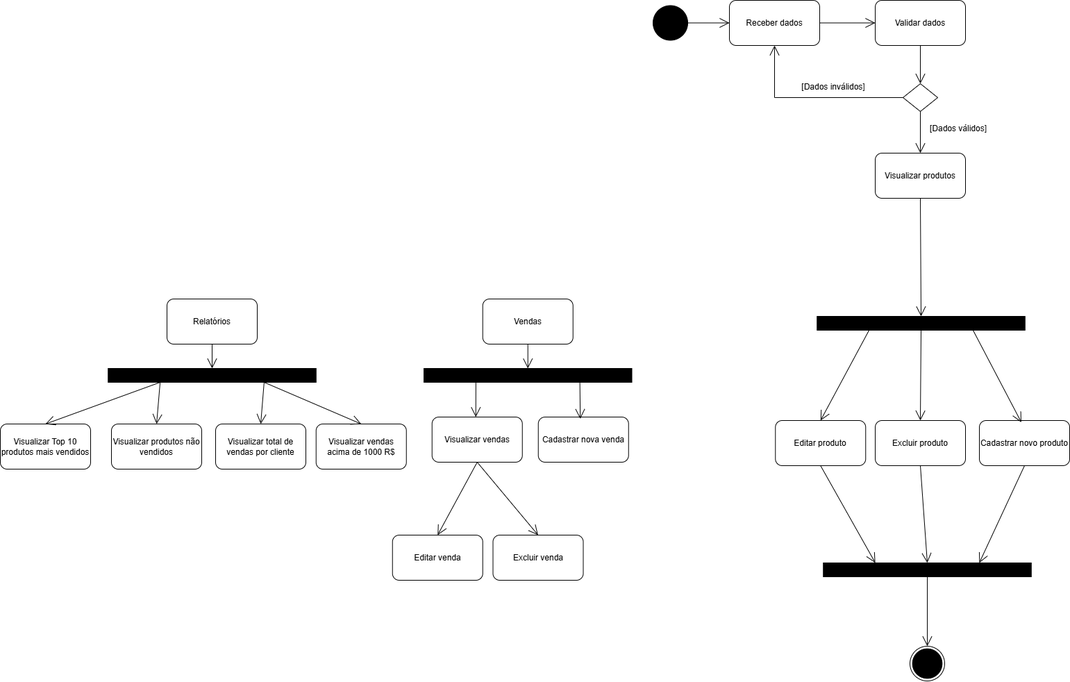
Above: APOO/diagrama_atividade/Diagrama_atividade_click_compre.drawio.png in joao-marcos-azvd/Estudos-de-programacao (draw.io), before the change. Source tidied: cells renumbered, new cells last; positions are measured from the earlier drawing's top-left corner, leaving out a move shared by most shapes.
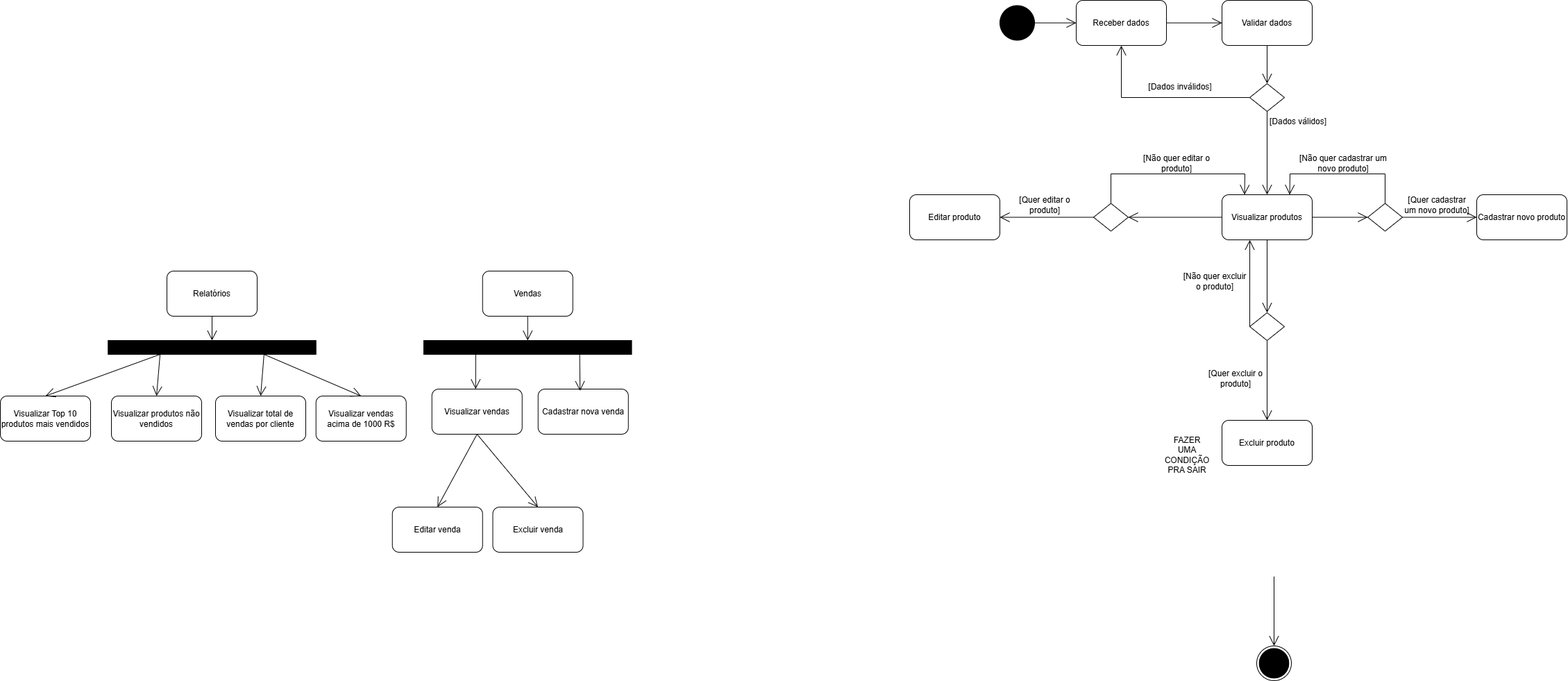
Later version of the same file.

What changed in the source:
```diff
@@ -43,28 +43,28 @@
       <mxGeometry relative="1" as="geometry" />
     </mxCell>
     <mxCell id="14" value="[Dados válidos]" style="text;strokeColor=none;align=center;fillColor=none;html=1;verticalAlign=middle;whiteSpace=wrap;rounded=0;" parent="1" vertex="1">
-      <mxGeometry x="1320" y="170" width="120" height="30" as="geometry" />
+      <mxGeometry x="1310" y="160" width="120" height="30" as="geometry" />
     </mxCell>
     <mxCell id="15" value="Object" style="html=1;whiteSpace=wrap;fillColor=#000000;" parent="1" vertex="1">
-      <mxGeometry x="155.2" y="530" width="299.5" height="20" as="geometry" />
+      <mxGeometry x="-344.8" y="490" width="299.5" height="20" as="geometry" />
     </mxCell>
     <mxCell id="16" style="endArrow=open;endFill=1;endSize=12;html=1;rounded=0;exitX=0.5;exitY=1;exitDx=0;exitDy=0;entryX=0.5;entryY=0;entryDx=0;entryDy=0;" parent="1" edge="1" source="18" target="15">
       <mxGeometry relative="1" as="geometry" />
     </mxCell>
     <mxCell id="17" value="Visualizar Top 10 produtos mais vendidos" style="rounded=1;whiteSpace=wrap;html=1;" parent="1" vertex="1">
-      <mxGeometry y="610" width="130" height="65" as="geometry" />
+      <mxGeometry x="-500" y="570" width="130" height="65" as="geometry" />
     </mxCell>
     <mxCell id="18" value="Relatórios" style="rounded=1;whiteSpace=wrap;html=1;" parent="1" vertex="1">
-      <mxGeometry x="240" y="430" width="130" height="65" as="geometry" />
+      <mxGeometry x="-260" y="390" width="130" height="65" as="geometry" />
     </mxCell>
     <mxCell id="19" value="Visualizar produtos não vendidos" style="rounded=1;whiteSpace=wrap;html=1;" parent="1" vertex="1">
-      <mxGeometry x="160" y="610" width="130" height="65" as="geometry" />
+      <mxGeometry x="-340" y="570" width="130" height="65" as="geometry" />
     </mxCell>
     <mxCell id="20" value="Visualizar vendas acima de 1000 R$" style="rounded=1;whiteSpace=wrap;html=1;" parent="1" vertex="1">
-      <mxGeometry x="454.8" y="610" width="130" height="65" as="geometry" />
+      <mxGeometry x="-45.2" y="570" width="130" height="65" as="geometry" />
     </mxCell>
     <mxCell id="21" value="Visualizar total de vendas por cliente" style="rounded=1;whiteSpace=wrap;html=1;" parent="1" vertex="1">
-      <mxGeometry x="310" y="610" width="130" height="65" as="geometry" />
+      <mxGeometry x="-190" y="570" width="130" height="65" as="geometry" />
     </mxCell>
     <mxCell id="22" style="endArrow=open;endFill=1;endSize=12;html=1;rounded=0;exitX=0.25;exitY=1;exitDx=0;exitDy=0;entryX=0.5;entryY=0;entryDx=0;entryDy=0;" parent="1" edge="1" source="15" target="17">
       <mxGeometry relative="1" as="geometry" />
@@ -79,26 +79,26 @@
       <mxGeometry relative="1" as="geometry" />
     </mxCell>
     <mxCell id="26" value="Visualizar produtos" style="rounded=1;whiteSpace=wrap;html=1;" parent="1" vertex="1">
-      <mxGeometry x="1260" y="220" width="130" height="65" as="geometry" />
+      <mxGeometry x="1260" y="280" width="130" height="65" as="geometry" />
     </mxCell>
     <mxCell id="27" value="Object" style="html=1;whiteSpace=wrap;fillColor=#000000;" parent="1" vertex="1">
-      <mxGeometry x="610" y="530" width="299.5" height="20" as="geometry" />
+      <mxGeometry x="110" y="490" width="299.5" height="20" as="geometry" />
     </mxCell>
     <mxCell id="28" style="endArrow=open;endFill=1;endSize=12;html=1;rounded=0;exitX=0.5;exitY=1;exitDx=0;exitDy=0;entryX=0.5;entryY=0;entryDx=0;entryDy=0;" parent="1" edge="1" source="29" target="27">
       <mxGeometry relative="1" as="geometry" />
     </mxCell>
     <mxCell id="29" value="Vendas" style="rounded=1;whiteSpace=wrap;html=1;" parent="1" vertex="1">
-      <mxGeometry x="694.8" y="430" width="130" height="65" as="geometry" />
+      <mxGeometry x="194.8" y="390" width="130" height="65" as="geometry" />
     </mxCell>
     <mxCell id="30" value="Visualizar vendas" style="rounded=1;whiteSpace=wrap;html=1;" parent="1" vertex="1">
-      <mxGeometry x="621.8" y="600" width="130" height="65" as="geometry" />
+      <mxGeometry x="121.8" y="560" width="130" height="65" as="geometry" />
     </mxCell>
     <mxCell id="31" value="Cadastrar nova venda" style="rounded=1;whiteSpace=wrap;html=1;" parent="1" vertex="1">
-      <mxGeometry x="774.8" y="600" width="130" height="65" as="geometry" />
+      <mxGeometry x="274.8" y="560" width="130" height="65" as="geometry" />
     </mxCell>
     <mxCell id="32" style="endArrow=open;endFill=1;endSize=12;html=1;rounded=0;exitX=0.25;exitY=1;exitDx=0;exitDy=0;" parent="1" edge="1" source="27">
       <mxGeometry relative="1" as="geometry">
-        <mxPoint x="684.8" y="600" as="targetPoint" />
+        <mxPoint x="184.8" y="560" as="targetPoint" />
       </mxGeometry>
     </mxCell>
     <mxCell id="33" style="endArrow=open;endFill=1;endSize=12;html=1;rounded=0;exitX=0.75;exitY=1;exitDx=0;exitDy=0;entryX=0.465;entryY=0.041;entryDx=0;entryDy=0;entryPerimeter=0;" parent="1" edge="1" source="27" target="31">
@@ -108,22 +108,19 @@
       <mxGeometry relative="1" as="geometry" />
     </mxCell>
     <mxCell id="35" value="Editar venda" style="rounded=1;whiteSpace=wrap;html=1;" parent="1" vertex="1">
-      <mxGeometry x="564.8" y="770" width="130" height="65" as="geometry" />
+      <mxGeometry x="64.8" y="730" width="130" height="65" as="geometry" />
     </mxCell>
     <mxCell id="36" value="Cadastrar novo produto" style="rounded=1;whiteSpace=wrap;html=1;" parent="1" vertex="1">
-      <mxGeometry x="1410" y="605" width="130" height="65" as="geometry" />
+      <mxGeometry x="1627" y="280" width="130" height="65" as="geometry" />
     </mxCell>
-    <mxCell id="37" style="endArrow=open;endFill=1;endSize=12;html=1;rounded=0;exitX=0.75;exitY=1;exitDx=0;exitDy=0;entryX=0.465;entryY=0.041;entryDx=0;entryDy=0;entryPerimeter=0;" parent="1" edge="1" source="44" target="36">
-      <mxGeometry relative="1" as="geometry" />
-    </mxCell>
-    <mxCell id="38" style="endArrow=open;endFill=1;endSize=12;html=1;rounded=0;entryX=0.5;entryY=0;entryDx=0;entryDy=0;exitX=0.25;exitY=1;exitDx=0;exitDy=0;" parent="1" edge="1" source="44" target="39">
+    <mxCell id="38" style="endArrow=open;endFill=1;endSize=12;html=1;rounded=0;entryX=1;entryY=0.5;entryDx=0;entryDy=0;exitX=0;exitY=0.5;exitDx=0;exitDy=0;" parent="1" edge="1" source="51" target="39">
       <mxGeometry relative="1" as="geometry" />
     </mxCell>
     <mxCell id="39" value="Editar produto" style="rounded=1;whiteSpace=wrap;html=1;" parent="1" vertex="1">
-      <mxGeometry x="1116.2" y="605" width="130" height="65" as="geometry" />
+      <mxGeometry x="810" y="280" width="130" height="65" as="geometry" />
     </mxCell>
     <mxCell id="40" value="Excluir venda" style="rounded=1;whiteSpace=wrap;html=1;" parent="1" vertex="1">
-      <mxGeometry x="709.5" y="770" width="130" height="65" as="geometry" />
+      <mxGeometry x="209.5" y="730" width="130" height="65" as="geometry" />
     </mxCell>
     <mxCell id="41" style="endArrow=open;endFill=1;endSize=12;html=1;rounded=0;exitX=0.5;exitY=1;exitDx=0;exitDy=0;entryX=0.5;entryY=0;entryDx=0;entryDy=0;" parent="1" edge="1" source="30" target="40">
       <mxGeometry relative="1" as="geometry" />
@@ -131,29 +128,74 @@
     <mxCell id="42" value="Excluir produto" style="rounded=1;whiteSpace=wrap;html=1;" parent="1" vertex="1">
       <mxGeometry x="1260" y="605" width="130" height="65" as="geometry" />
     </mxCell>
-    <mxCell id="43" style="endArrow=open;endFill=1;endSize=12;html=1;rounded=0;exitX=0.5;exitY=1;exitDx=0;exitDy=0;entryX=0.5;entryY=0;entryDx=0;entryDy=0;" parent="1" edge="1" source="44" target="42">
+    <mxCell id="43" style="endArrow=open;endFill=1;endSize=12;html=1;rounded=0;exitX=0.5;exitY=1;exitDx=0;exitDy=0;entryX=0.5;entryY=0;entryDx=0;entryDy=0;" parent="1" edge="1" source="52" target="42">
       <mxGeometry relative="1" as="geometry" />
     </mxCell>
-    <mxCell id="44" value="Object" style="html=1;whiteSpace=wrap;fillColor=#000000;" parent="1" vertex="1">
-      <mxGeometry x="1176.2" y="455" width="299.5" height="20" as="geometry" />
-    </mxCell>
-    <mxCell id="45" style="endArrow=open;endFill=1;endSize=12;html=1;rounded=0;exitX=0.5;exitY=1;exitDx=0;exitDy=0;entryX=0.5;entryY=0;entryDx=0;entryDy=0;" parent="1" edge="1" source="26" target="44">
-      <mxGeometry relative="1" as="geometry" />
-    </mxCell>
-    <mxCell id="46" value="Object" style="html=1;whiteSpace=wrap;fillColor=#000000;" parent="1" vertex="1">
-      <mxGeometry x="1185.2" y="810" width="299.5" height="20" as="geometry" />
-    </mxCell>
-    <mxCell id="47" style="endArrow=open;endFill=1;endSize=12;html=1;rounded=0;entryX=0.25;entryY=0;entryDx=0;entryDy=0;exitX=0.5;exitY=1;exitDx=0;exitDy=0;" parent="1" edge="1" source="39" target="46">
-      <mxGeometry relative="1" as="geometry" />
-    </mxCell>
-    <mxCell id="48" style="endArrow=open;endFill=1;endSize=12;html=1;rounded=0;exitX=0.5;exitY=1;exitDx=0;exitDy=0;entryX=0.5;entryY=0;entryDx=0;entryDy=0;" parent="1" edge="1" source="42" target="46">
-      <mxGeometry relative="1" as="geometry" />
-    </mxCell>
-    <mxCell id="49" style="endArrow=open;endFill=1;endSize=12;html=1;rounded=0;entryX=0.75;entryY=0;entryDx=0;entryDy=0;exitX=0.5;exitY=1;exitDx=0;exitDy=0;" parent="1" edge="1" source="36" target="46">
-      <mxGeometry relative="1" as="geometry" />
-    </mxCell>
-    <mxCell id="50" style="endArrow=open;endFill=1;endSize=12;html=1;rounded=0;entryX=0.5;entryY=0;entryDx=0;entryDy=0;exitX=0.5;exitY=1;exitDx=0;exitDy=0;" parent="1" edge="1" source="46" target="2">
-      <mxGeometry relative="1" as="geometry" />
+    <mxCell id="50" style="endArrow=open;endFill=1;endSize=12;html=1;rounded=0;entryX=0.5;entryY=0;entryDx=0;entryDy=0;exitX=0.5;exitY=1;exitDx=0;exitDy=0;" parent="1" edge="1" target="2">
+      <mxGeometry relative="1" as="geometry">
+        <mxPoint x="1335" y="830" as="sourcePoint" />
+      </mxGeometry>
     </mxCell>
+    <mxCell id="51" style="rhombus;whiteSpace=wrap;html=1;" parent="1" vertex="1">
+      <mxGeometry x="1075" y="292.5" width="50" height="40" as="geometry" />
+    </mxCell>
+    <mxCell id="52" style="rhombus;whiteSpace=wrap;html=1;" parent="1" vertex="1">
+      <mxGeometry x="1300" y="450" width="50" height="40" as="geometry" />
+    </mxCell>
+    <mxCell id="53" style="rhombus;whiteSpace=wrap;html=1;" parent="1" vertex="1">
+      <mxGeometry x="1470" y="292.5" width="50" height="40" as="geometry" />
+    </mxCell>
+    <mxCell id="54" style="endArrow=open;endFill=1;endSize=12;html=1;rounded=0;exitX=0;exitY=0.5;exitDx=0;exitDy=0;entryX=1;entryY=0.5;entryDx=0;entryDy=0;" parent="1" edge="1" source="26" target="51">
+      <mxGeometry relative="1" as="geometry" />
+    </mxCell>
+    <mxCell id="55" value="[Quer editar o produto]" style="text;strokeColor=none;align=center;fillColor=none;html=1;verticalAlign=middle;whiteSpace=wrap;rounded=0;" parent="1" vertex="1">
+      <mxGeometry x="955" y="280" width="100" height="30" as="geometry" />
+    </mxCell>
+    <mxCell id="56" style="endArrow=open;endFill=1;endSize=12;html=1;rounded=0;exitX=0.5;exitY=0;exitDx=0;exitDy=0;entryX=0.25;entryY=0;entryDx=0;entryDy=0;" parent="1" edge="1" source="51" target="26">
+      <mxGeometry relative="1" as="geometry">
+        <Array as="points">
+          <mxPoint x="1100" y="250" />
+          <mxPoint x="1293" y="250" />
+        </Array>
+      </mxGeometry>
+    </mxCell>
+    <mxCell id="57" value="[Não quer editar o produto]" style="text;strokeColor=none;align=center;fillColor=none;html=1;verticalAlign=middle;whiteSpace=wrap;rounded=0;" parent="1" vertex="1">
+      <mxGeometry x="1145" y="220" width="100" height="30" as="geometry" />
+    </mxCell>
+    <mxCell id="58" style="endArrow=open;endFill=1;endSize=12;html=1;rounded=0;exitX=0.5;exitY=1;exitDx=0;exitDy=0;entryX=0.5;entryY=0;entryDx=0;entryDy=0;" parent="1" edge="1" source="26" target="52">
+      <mxGeometry relative="1" as="geometry" />
+    </mxCell>
+    <mxCell id="59" style="endArrow=open;endFill=1;endSize=12;html=1;rounded=0;exitX=0;exitY=0.5;exitDx=0;exitDy=0;entryX=0.308;entryY=1.002;entryDx=0;entryDy=0;entryPerimeter=0;" parent="1" edge="1" source="52" target="26">
+      <mxGeometry relative="1" as="geometry" />
+    </mxCell>
+    <mxCell id="60" value="[Quer excluir o produto]" style="text;strokeColor=none;align=center;fillColor=none;html=1;verticalAlign=middle;whiteSpace=wrap;rounded=0;" parent="1" vertex="1">
+      <mxGeometry x="1230" y="530" width="100" height="30" as="geometry" />
+    </mxCell>
+    <mxCell id="61" value="[Não quer excluir o produto]" style="text;strokeColor=none;align=center;fillColor=none;html=1;verticalAlign=middle;whiteSpace=wrap;rounded=0;" parent="1" vertex="1">
+      <mxGeometry x="1200" y="390" width="100" height="30" as="geometry" />
+    </mxCell>
+    <mxCell id="62" style="endArrow=open;endFill=1;endSize=12;html=1;rounded=0;exitX=1;exitY=0.5;exitDx=0;exitDy=0;entryX=0;entryY=0.5;entryDx=0;entryDy=0;" parent="1" edge="1" source="26" target="53">
+      <mxGeometry relative="1" as="geometry" />
+    </mxCell>
+    <mxCell id="63" style="endArrow=open;endFill=1;endSize=12;html=1;rounded=0;exitX=1;exitY=0.5;exitDx=0;exitDy=0;entryX=0;entryY=0.5;entryDx=0;entryDy=0;" parent="1" edge="1" source="53" target="36">
+      <mxGeometry relative="1" as="geometry" />
+    </mxCell>
+    <mxCell id="64" style="endArrow=open;endFill=1;endSize=12;html=1;rounded=0;exitX=0.5;exitY=0;exitDx=0;exitDy=0;entryX=0.75;entryY=0;entryDx=0;entryDy=0;" parent="1" edge="1" source="53" target="26">
+      <mxGeometry relative="1" as="geometry">
+        <Array as="points">
+          <mxPoint x="1495" y="250" />
+          <mxPoint x="1358" y="250" />
+        </Array>
+      </mxGeometry>
+    </mxCell>
+    <mxCell id="65" value="[Quer cadastrar um novo produto]" style="text;strokeColor=none;align=center;fillColor=none;html=1;verticalAlign=middle;whiteSpace=wrap;rounded=0;" parent="1" vertex="1">
+      <mxGeometry x="1520" y="280" width="100" height="30" as="geometry" />
+    </mxCell>
+    <mxCell id="66" value="[Não quer cadastrar um novo produto]" style="text;strokeColor=none;align=center;fillColor=none;html=1;verticalAlign=middle;whiteSpace=wrap;rounded=0;" parent="1" vertex="1">
+      <mxGeometry x="1370" y="220" width="130" height="30" as="geometry" />
+    </mxCell>
+    <mxCell id="67" value="FAZER UMA CONDIÇÃO PRA SAIR" style="text;strokeColor=none;align=center;fillColor=none;html=1;verticalAlign=middle;whiteSpace=wrap;rounded=0;" parent="1" vertex="1">
+      <mxGeometry x="1180" y="640" width="60" height="30" as="geometry" />
+    </mxCell>
   </root>
 </mxGraphModel>
```
